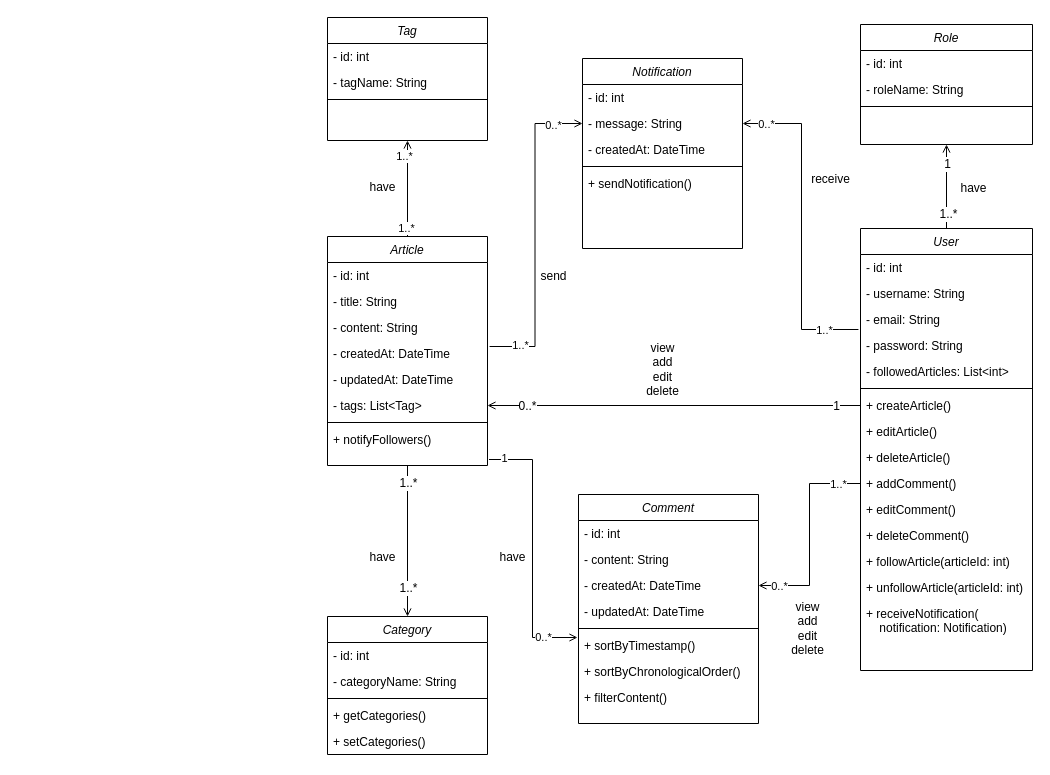
SteffiHe/blog_board_backend keeps this draw.io diagram as UML-Diagramm.drawio. Above is the earlier version. Source tidied: cells renumbered, new cells numbered last; positions are measured from the earlier drawing's top-left corner, leaving out a move shared by most shapes. Both pictures are drawn from the tidied source at 100%, with x=0, y=0 at pixel (327, 17).
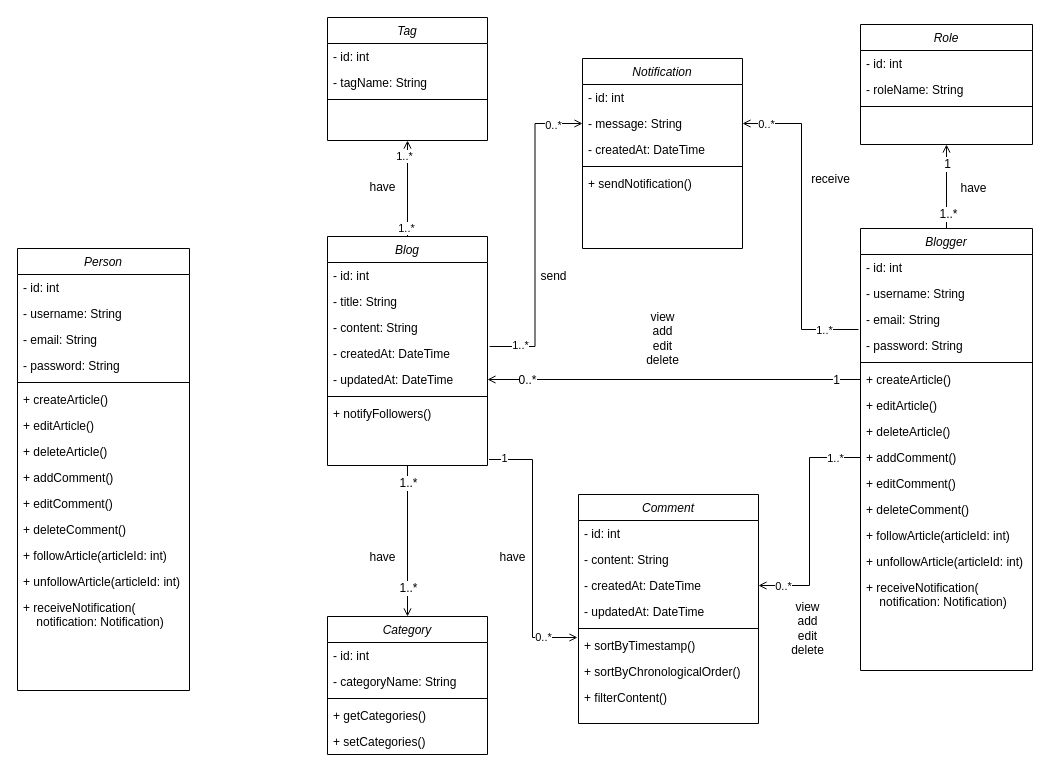
Above is the later version.

Diff of the diagram source:
```diff
@@
-    <mxCell id="5" value="User" style="swimlane;fontStyle=2;align=center;verticalAlign=top;horizontal=1;startSize=26;rounded=0;shadow=0;strokeWidth=1;" parent="1" vertex="1">
+    <mxCell id="5" value="Blogger" style="swimlane;fontStyle=2;align=center;verticalAlign=top;horizontal=1;startSize=26;rounded=0;shadow=0;strokeWidth=1;" parent="1" vertex="1">
       <mxGeometry x="533" y="211" width="172" height="442" as="geometry" />
     </mxCell>
@@
-    <mxCell id="10" value="- followedArticles: List&lt;int&gt;" style="text;align=left;verticalAlign=top;spacingLeft=4;spacingRight=4;overflow=hidden;rounded=0;shadow=0;html=0;" parent="5" vertex="1">
-      <mxGeometry y="130" width="172" height="26" as="geometry" />
-    </mxCell>
     <mxCell id="11" style="line;html=1;strokeWidth=1;align=left;verticalAlign=middle;spacingTop=-1;spacingLeft=3;spacingRight=3;labelPosition=right;" parent="5" vertex="1">
-      <mxGeometry y="156" width="172" height="8" as="geometry" />
+      <mxGeometry y="130" width="172" height="8" as="geometry" />
     </mxCell>
     <mxCell id="12" value="+ createArticle()" style="text;align=left;verticalAlign=top;spacingLeft=4;spacingRight=4;overflow=hidden;points=[[0,0.5],[1,0.5]];portConstraint=eastwest;" parent="5" vertex="1">
-      <mxGeometry y="164" width="172" height="26" as="geometry" />
+      <mxGeometry y="138" width="172" height="26" as="geometry" />
     </mxCell>
     <mxCell id="13" value="+ editArticle()" style="text;align=left;verticalAlign=top;spacingLeft=4;spacingRight=4;overflow=hidden;" parent="5" vertex="1">
-      <mxGeometry y="190" width="172" height="26" as="geometry" />
+      <mxGeometry y="164" width="172" height="26" as="geometry" />
     </mxCell>
     <mxCell id="14" value="+ deleteArticle()" style="text;align=left;verticalAlign=top;spacingLeft=4;spacingRight=4;overflow=hidden;" parent="5" vertex="1">
-      <mxGeometry y="216" width="172" height="26" as="geometry" />
+      <mxGeometry y="190" width="172" height="26" as="geometry" />
     </mxCell>
     <mxCell id="15" value="+ addComment()" style="text;align=left;verticalAlign=top;spacingLeft=4;spacingRight=4;overflow=hidden;points=[[0,0.5],[1,0.5]];portConstraint=eastwest;" parent="5" vertex="1">
-      <mxGeometry y="242" width="172" height="26" as="geometry" />
+      <mxGeometry y="216" width="172" height="26" as="geometry" />
     </mxCell>
     <mxCell id="16" value="+ editComment()" style="text;align=left;verticalAlign=top;spacingLeft=4;spacingRight=4;overflow=hidden;" parent="5" vertex="1">
-      <mxGeometry y="268" width="172" height="26" as="geometry" />
+      <mxGeometry y="242" width="172" height="26" as="geometry" />
     </mxCell>
     <mxCell id="17" value="+ deleteComment()" style="text;align=left;verticalAlign=top;spacingLeft=4;spacingRight=4;overflow=hidden;" parent="5" vertex="1">
-      <mxGeometry y="294" width="172" height="26" as="geometry" />
+      <mxGeometry y="268" width="172" height="26" as="geometry" />
     </mxCell>
     <mxCell id="18" value="+ followArticle(articleId: int)" style="text;align=left;verticalAlign=top;spacingLeft=4;spacingRight=4;overflow=hidden;" parent="5" vertex="1">
-      <mxGeometry y="320" width="172" height="26" as="geometry" />
+      <mxGeometry y="294" width="172" height="26" as="geometry" />
     </mxCell>
     <mxCell id="19" value="+ unfollowArticle(articleId: int)" style="text;align=left;verticalAlign=top;spacingLeft=4;spacingRight=4;overflow=hidden;" parent="5" vertex="1">
-      <mxGeometry y="346" width="172" height="26" as="geometry" />
+      <mxGeometry y="320" width="172" height="26" as="geometry" />
     </mxCell>
     <mxCell id="20" value="+ receiveNotification(&#10;    notification: Notification)" style="text;align=left;verticalAlign=top;spacingLeft=4;spacingRight=4;overflow=hidden;" parent="5" vertex="1">
-      <mxGeometry y="372" width="172" height="44" as="geometry" />
+      <mxGeometry y="346" width="172" height="44" as="geometry" />
     </mxCell>
@@
-    <mxCell id="24" value="Article" style="swimlane;fontStyle=2;align=center;verticalAlign=top;horizontal=1;startSize=26;rounded=0;shadow=0;strokeWidth=1;" parent="1" vertex="1">
+    <mxCell id="24" value="Blog" style="swimlane;fontStyle=2;align=center;verticalAlign=top;horizontal=1;startSize=26;rounded=0;shadow=0;strokeWidth=1;" parent="1" vertex="1">
       <mxGeometry y="219" width="160" height="229" as="geometry" />
     </mxCell>
@@
-    <mxCell id="30" value="- tags: List&lt;Tag&gt;" style="text;align=left;verticalAlign=top;spacingLeft=4;spacingRight=4;overflow=hidden;points=[[0,0.5],[1,0.5]];portConstraint=eastwest;rounded=0;shadow=0;html=0;" parent="24" vertex="1">
-      <mxGeometry y="156" width="160" height="26" as="geometry" />
-    </mxCell>
     <mxCell id="31" style="line;html=1;strokeWidth=1;align=left;verticalAlign=middle;spacingTop=-1;spacingLeft=3;spacingRight=3;labelPosition=right;" parent="24" vertex="1">
-      <mxGeometry y="182" width="160" height="8" as="geometry" />
+      <mxGeometry y="156" width="160" height="8" as="geometry" />
     </mxCell>
     <mxCell id="32" value="+ notifyFollowers()" style="text;align=left;verticalAlign=top;spacingLeft=4;spacingRight=4;overflow=hidden;" parent="24" vertex="1">
-      <mxGeometry y="190" width="160" height="26" as="geometry" />
+      <mxGeometry y="164" width="160" height="26" as="geometry" />
     </mxCell>
-    <mxCell id="33" style="edgeStyle=orthogonalEdgeStyle;rounded=0;jettySize=auto;html=1;endArrow=none;endFill=0;shadow=0;startArrow=open;startFill=0;exitX=1;exitY=0.5;exitDx=0;exitDy=0;" parent="1" edge="1" source="30" target="12">
-      <mxGeometry relative="1" as="geometry" />
+    <mxCell id="33" style="edgeStyle=orthogonalEdgeStyle;rounded=0;jettySize=auto;html=1;endArrow=none;endFill=0;shadow=0;startArrow=open;startFill=0;" parent="1" edge="1" target="12">
+      <mxGeometry relative="1" as="geometry">
+        <mxPoint x="160" y="362" as="sourcePoint" />
+        <Array as="points">
+          <mxPoint x="160" y="362" />
+        </Array>
+      </mxGeometry>
     </mxCell>
@@
     <mxCell id="65" value="view&lt;div&gt;add&lt;br&gt;edit&lt;br&gt;&lt;div&gt;delete&lt;/div&gt;&lt;/div&gt;" style="text;html=1;align=center;verticalAlign=middle;strokeColor=none;fillColor=none;" parent="1" vertex="1">
-      <mxGeometry x="305" y="317" width="60" height="70" as="geometry" />
+      <mxGeometry x="305" y="286" width="60" height="70" as="geometry" />
     </mxCell>
@@
+    <mxCell id="88" value="Person" style="swimlane;fontStyle=2;align=center;verticalAlign=top;horizontal=1;startSize=26;rounded=0;shadow=0;strokeWidth=1;" parent="1" vertex="1">
+      <mxGeometry x="-310" y="231" width="172" height="442" as="geometry" />
+    </mxCell>
+    <mxCell id="89" value="- id: int" style="text;align=left;verticalAlign=top;spacingLeft=4;spacingRight=4;overflow=hidden;" parent="88" vertex="1">
+      <mxGeometry y="26" width="172" height="26" as="geometry" />
+    </mxCell>
+    <mxCell id="90" value="- username: String" style="text;align=left;verticalAlign=top;spacingLeft=4;spacingRight=4;overflow=hidden;rounded=0;shadow=0;html=0;" parent="88" vertex="1">
+      <mxGeometry y="52" width="172" height="26" as="geometry" />
+    </mxCell>
+    <mxCell id="91" value="- email: String" style="text;align=left;verticalAlign=top;spacingLeft=4;spacingRight=4;overflow=hidden;rounded=0;shadow=0;html=0;" parent="88" vertex="1">
+      <mxGeometry y="78" width="172" height="26" as="geometry" />
+    </mxCell>
+    <mxCell id="92" value="- password: String" style="text;align=left;verticalAlign=top;spacingLeft=4;spacingRight=4;overflow=hidden;rounded=0;shadow=0;html=0;" parent="88" vertex="1">
+      <mxGeometry y="104" width="172" height="26" as="geometry" />
+    </mxCell>
+    <mxCell id="93" style="line;html=1;strokeWidth=1;align=left;verticalAlign=middle;spacingTop=-1;spacingLeft=3;spacingRight=3;labelPosition=right;" parent="88" vertex="1">
+      <mxGeometry y="130" width="172" height="8" as="geometry" />
+    </mxCell>
+    <mxCell id="94" value="+ createArticle()" style="text;align=left;verticalAlign=top;spacingLeft=4;spacingRight=4;overflow=hidden;" parent="88" vertex="1">
+      <mxGeometry y="138" width="172" height="26" as="geometry" />
+    </mxCell>
+    <mxCell id="95" value="+ editArticle()" style="text;align=left;verticalAlign=top;spacingLeft=4;spacingRight=4;overflow=hidden;" parent="88" vertex="1">
+      <mxGeometry y="164" width="172" height="26" as="geometry" />
+    </mxCell>
+    <mxCell id="96" value="+ deleteArticle()" style="text;align=left;verticalAlign=top;spacingLeft=4;spacingRight=4;overflow=hidden;" parent="88" vertex="1">
+      <mxGeometry y="190" width="172" height="26" as="geometry" />
+    </mxCell>
+    <mxCell id="97" value="+ addComment()" style="text;align=left;verticalAlign=top;spacingLeft=4;spacingRight=4;overflow=hidden;" parent="88" vertex="1">
+      <mxGeometry y="216" width="172" height="26" as="geometry" />
+    </mxCell>
+    <mxCell id="98" value="+ editComment()" style="text;align=left;verticalAlign=top;spacingLeft=4;spacingRight=4;overflow=hidden;" parent="88" vertex="1">
+      <mxGeometry y="242" width="172" height="26" as="geometry" />
+    </mxCell>
+    <mxCell id="99" value="+ deleteComment()" style="text;align=left;verticalAlign=top;spacingLeft=4;spacingRight=4;overflow=hidden;" parent="88" vertex="1">
+      <mxGeometry y="268" width="172" height="26" as="geometry" />
+    </mxCell>
+    <mxCell id="100" value="+ followArticle(articleId: int)" style="text;align=left;verticalAlign=top;spacingLeft=4;spacingRight=4;overflow=hidden;" parent="88" vertex="1">
+      <mxGeometry y="294" width="172" height="26" as="geometry" />
+    </mxCell>
+    <mxCell id="101" value="+ unfollowArticle(articleId: int)" style="text;align=left;verticalAlign=top;spacingLeft=4;spacingRight=4;overflow=hidden;" parent="88" vertex="1">
+      <mxGeometry y="320" width="172" height="26" as="geometry" />
+    </mxCell>
+    <mxCell id="102" value="+ receiveNotification(&#10;    notification: Notification)" style="text;align=left;verticalAlign=top;spacingLeft=4;spacingRight=4;overflow=hidden;" parent="88" vertex="1">
+      <mxGeometry y="346" width="172" height="44" as="geometry" />
+    </mxCell>
```
